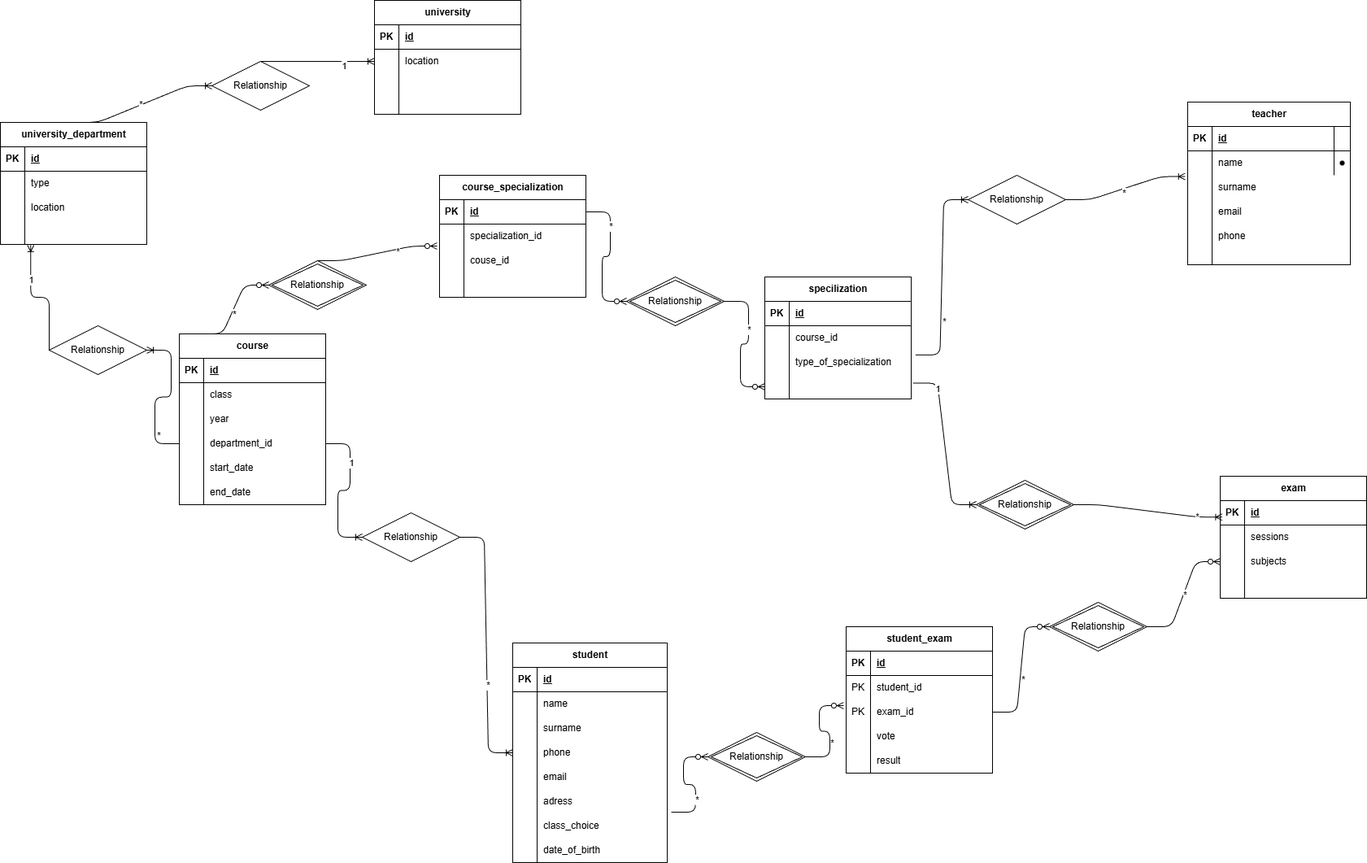
Earlier version of the draw.io export scheme.png (BkStyle89/db-university). Source tidied: cells renumbered, new cells last; positions are measured from the earlier drawing's top-left corner, leaving out a move shared by most shapes.
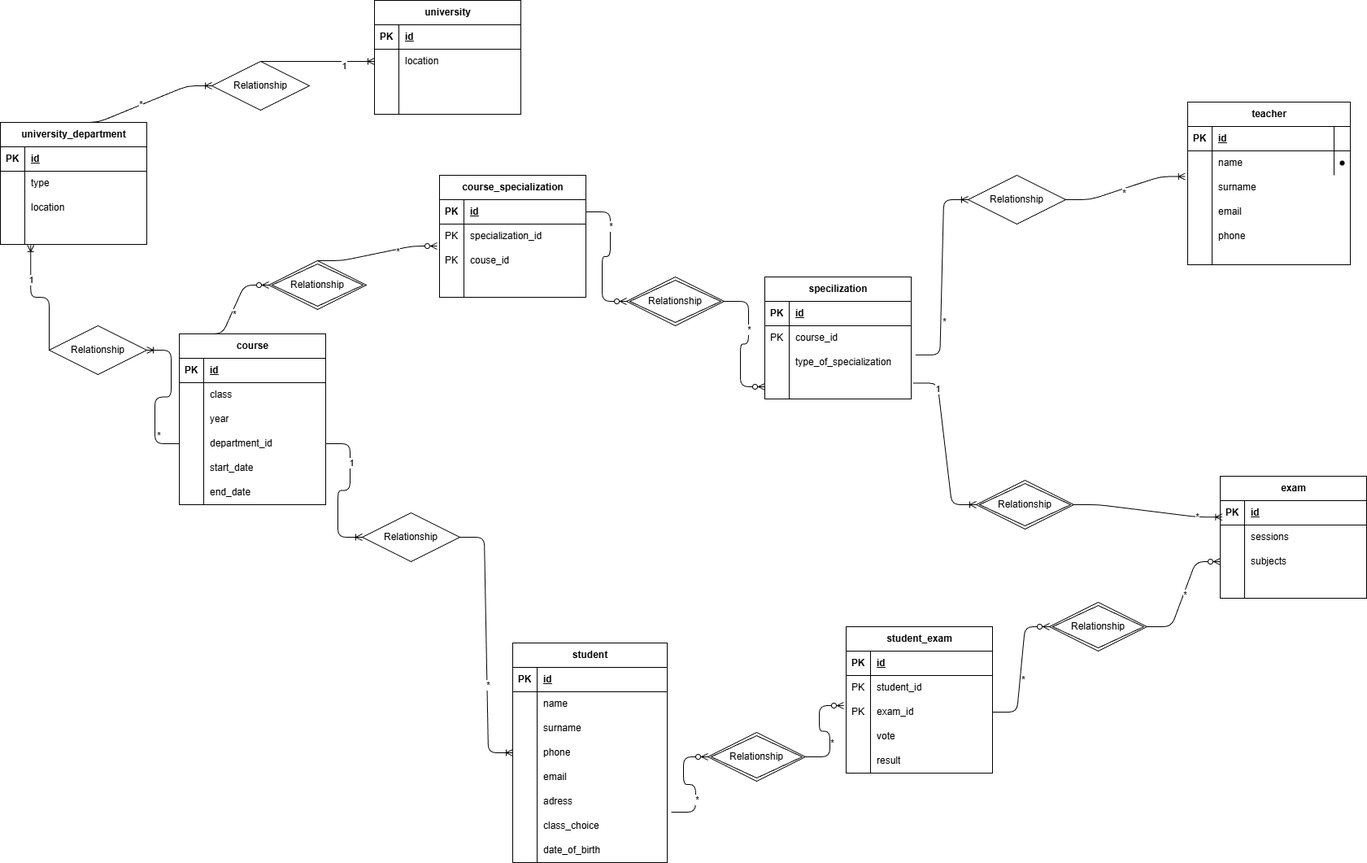
After the change.

Change to the diagram source:
```diff
@@ -287,7 +287,7 @@
     <mxCell id="96" style="shape=tableRow;horizontal=0;startSize=0;swimlaneHead=0;swimlaneBody=0;fillColor=none;top=0;left=0;right=0;bottom=0;" parent="92" vertex="1">
       <mxGeometry y="60" width="180" height="30" as="geometry" />
     </mxCell>
-    <mxCell id="97" style="shape=partialRectangle;fillColor=none;top=0;left=0;bottom=0;right=0;overflow=hidden;whiteSpace=wrap;html=1;" parent="96" vertex="1">
+    <mxCell id="97" value="PK" style="shape=partialRectangle;fillColor=none;top=0;left=0;bottom=0;right=0;overflow=hidden;whiteSpace=wrap;html=1;" parent="96" vertex="1">
       <mxGeometry width="30" height="30" as="geometry" />
     </mxCell>
     <mxCell id="98" value="course_id" style="shape=partialRectangle;fillColor=none;top=0;left=0;bottom=0;right=0;align=left;spacingLeft=6;overflow=hidden;whiteSpace=wrap;html=1;" parent="96" vertex="1">
@@ -534,7 +534,7 @@
     <mxCell id="173" style="shape=tableRow;horizontal=0;startSize=0;swimlaneHead=0;swimlaneBody=0;fillColor=none;points=[[0,0.5],[1,0.5]];portConstraint=eastwest;top=0;left=0;right=0;bottom=0;" parent="169" vertex="1">
       <mxGeometry y="60" width="180" height="30" as="geometry" />
     </mxCell>
-    <mxCell id="174" style="shape=partialRectangle;fillColor=none;top=0;left=0;bottom=0;right=0;overflow=hidden;whiteSpace=wrap;html=1;" parent="173" vertex="1">
+    <mxCell id="174" value="PK" style="shape=partialRectangle;fillColor=none;top=0;left=0;bottom=0;right=0;overflow=hidden;whiteSpace=wrap;html=1;" parent="173" vertex="1">
       <mxGeometry width="30" height="30" as="geometry" />
     </mxCell>
     <mxCell id="175" value="specialization_id" style="shape=partialRectangle;fillColor=none;top=0;left=0;bottom=0;right=0;align=left;spacingLeft=6;overflow=hidden;whiteSpace=wrap;html=1;" parent="173" vertex="1">
@@ -543,7 +543,7 @@
     <mxCell id="176" style="shape=tableRow;horizontal=0;startSize=0;swimlaneHead=0;swimlaneBody=0;fillColor=none;top=0;left=0;right=0;bottom=0;" parent="169" vertex="1">
       <mxGeometry y="90" width="180" height="30" as="geometry" />
     </mxCell>
-    <mxCell id="177" style="shape=partialRectangle;fillColor=none;top=0;left=0;bottom=0;right=0;overflow=hidden;whiteSpace=wrap;html=1;" parent="176" vertex="1">
+    <mxCell id="177" value="PK" style="shape=partialRectangle;fillColor=none;top=0;left=0;bottom=0;right=0;overflow=hidden;whiteSpace=wrap;html=1;" parent="176" vertex="1">
       <mxGeometry width="30" height="30" as="geometry" />
     </mxCell>
     <mxCell id="178" value="couse_id" style="shape=partialRectangle;fillColor=none;top=0;left=0;bottom=0;right=0;align=left;spacingLeft=6;overflow=hidden;whiteSpace=wrap;html=1;" parent="176" vertex="1">
```
